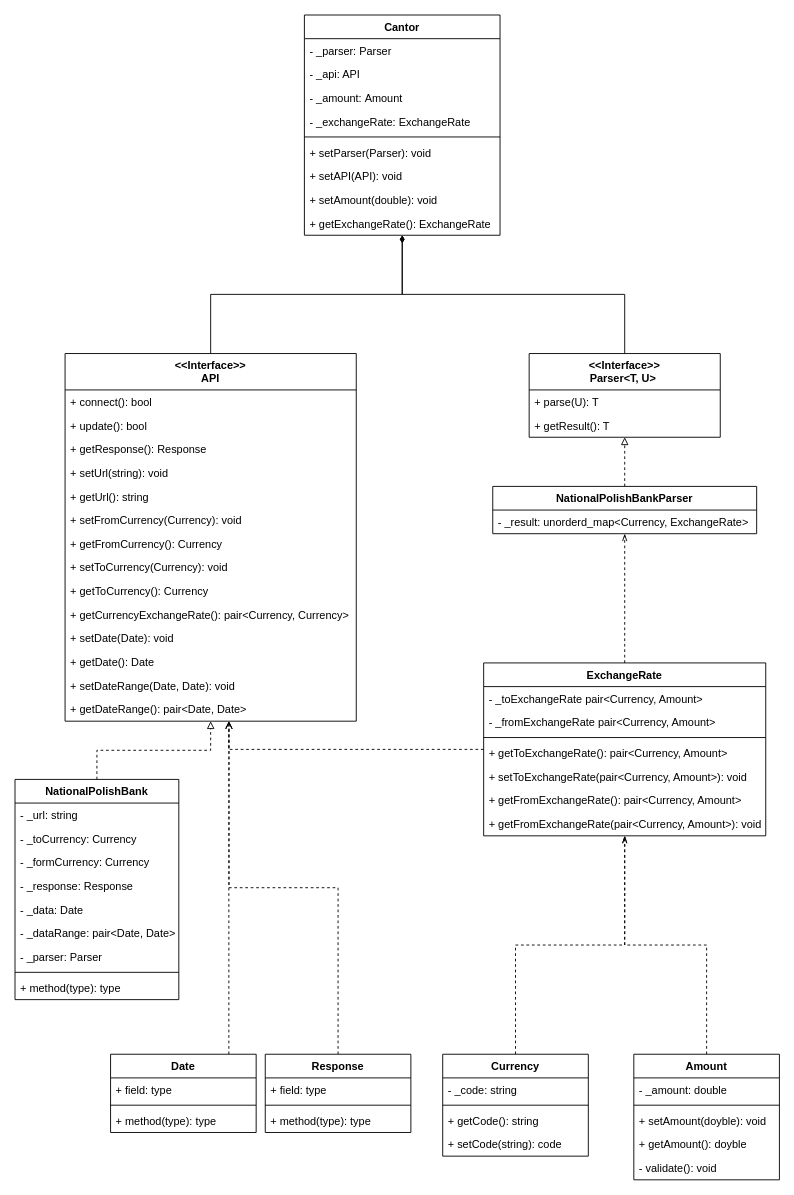
The draw.io diagram UML_diagram.drawio in MateuszMiekicki/change_currencies, before the edit. Source tidied: cells renumbered, new cells numbered last; positions are measured from the earlier drawing's top-left corner, leaving out a move shared by most shapes. Both pictures are drawn from the tidied source at 91%, with x=0, y=0 at pixel (15, 15).
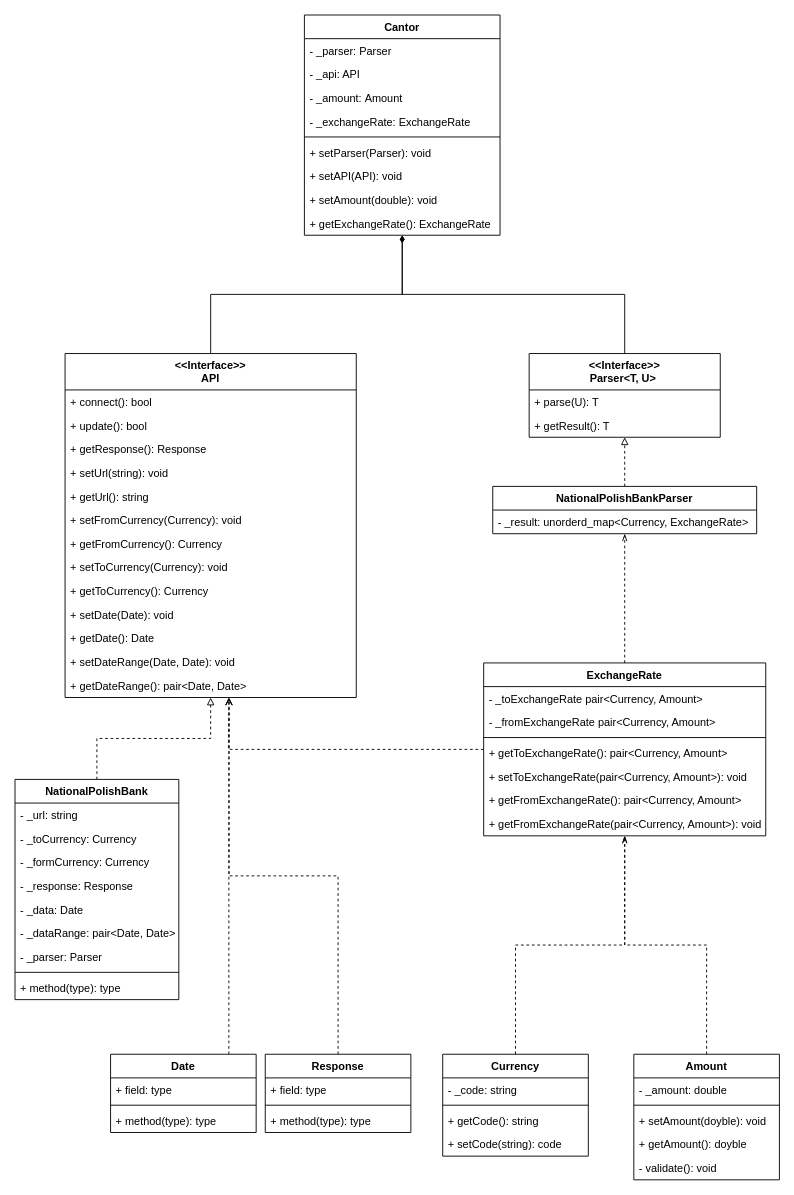
The same page after the edit.

What changed in the source:
```diff
@@
     <mxCell id="3" value="&lt;&lt;Interface&gt;&gt;&#10;API" style="swimlane;fontStyle=1;align=center;verticalAlign=top;horizontal=1;startSize=40;" parent="1" vertex="1">
-      <mxGeometry x="55" y="372" width="320" height="404" as="geometry" />
+      <mxGeometry x="55" y="372" width="320" height="378" as="geometry" />
     </mxCell>
@@
-    <mxCell id="13" value="+ getCurrencyExchangeRate(): pair&lt;Currency, Currency&gt;" style="text;strokeColor=none;fillColor=none;align=left;verticalAlign=top;spacingLeft=4;spacingRight=4;overflow=hidden;" parent="3" vertex="1">
-      <mxGeometry y="274" width="320" height="26" as="geometry" />
-    </mxCell>
     <mxCell id="14" value="+ setDate(Date): void" style="text;strokeColor=none;fillColor=none;align=left;verticalAlign=top;spacingLeft=4;spacingRight=4;overflow=hidden;" parent="3" vertex="1">
-      <mxGeometry y="300" width="320" height="26" as="geometry" />
+      <mxGeometry y="274" width="320" height="26" as="geometry" />
     </mxCell>
     <mxCell id="15" value="+ getDate(): Date" style="text;strokeColor=none;fillColor=none;align=left;verticalAlign=top;spacingLeft=4;spacingRight=4;overflow=hidden;" parent="3" vertex="1">
-      <mxGeometry y="326" width="320" height="26" as="geometry" />
+      <mxGeometry y="300" width="320" height="26" as="geometry" />
     </mxCell>
     <mxCell id="16" value="+ setDateRange(Date, Date): void" style="text;strokeColor=none;fillColor=none;align=left;verticalAlign=top;spacingLeft=4;spacingRight=4;overflow=hidden;" parent="3" vertex="1">
-      <mxGeometry y="352" width="320" height="26" as="geometry" />
+      <mxGeometry y="326" width="320" height="26" as="geometry" />
     </mxCell>
     <mxCell id="17" value="+ getDateRange(): pair&lt;Date, Date&gt;" style="text;strokeColor=none;fillColor=none;align=left;verticalAlign=top;spacingLeft=4;spacingRight=4;overflow=hidden;points=[[0,0.5],[1,0.5]];portConstraint=eastwest;" parent="3" vertex="1">
-      <mxGeometry y="378" width="320" height="26" as="geometry" />
+      <mxGeometry y="352" width="320" height="26" as="geometry" />
     </mxCell>
```
